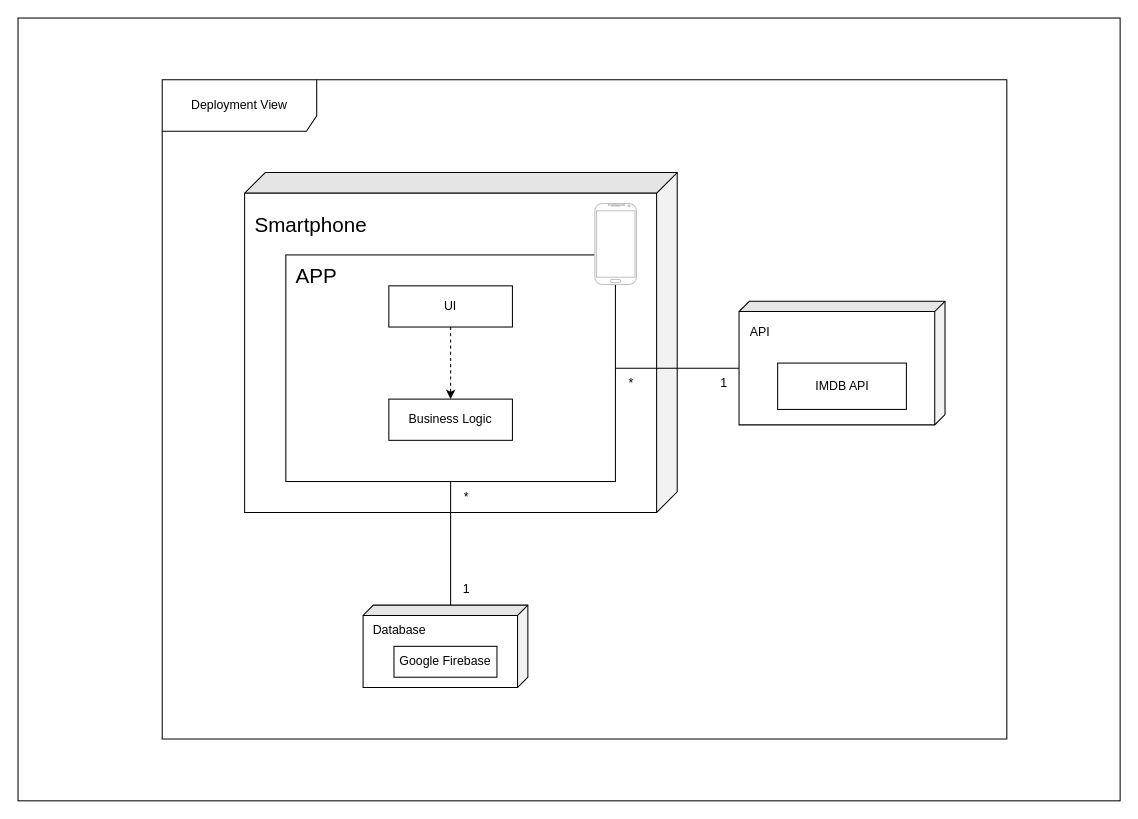
The draw.io diagram images/physical-arch.drawio in Minipoloalex/Pocket-Cinema, before the edit. Source tidied: cells renumbered, new cells numbered last; positions are measured from the earlier drawing's top-left corner, leaving out a move shared by most shapes. Both pictures are drawn from the tidied source at 103%, with x=0, y=0 at pixel (18, 18).
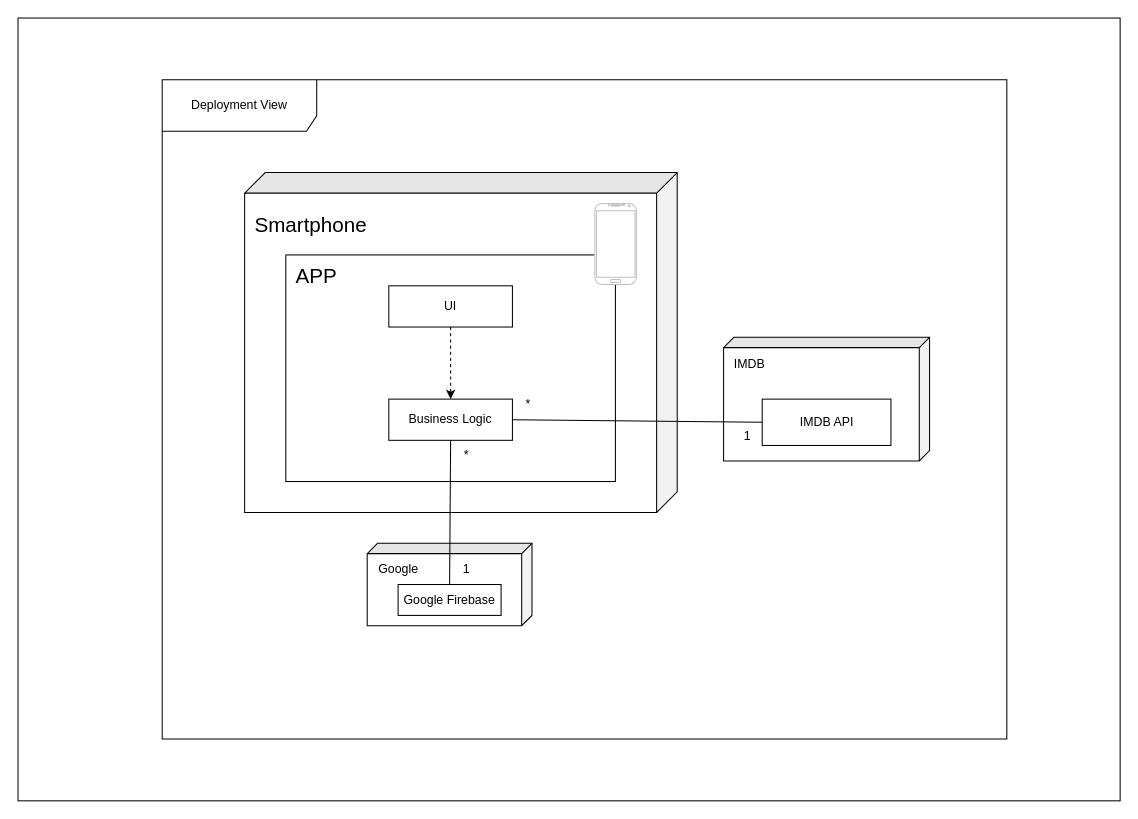
Above is the later version.

Commit message (it also covers changes not shown here):
Updated physical arch diagram

The change refers to these unchanged cells:
```xml
<mxCell id="3" style="group;" parent="1" vertex="1">
  <mxGeometry x="140" y="60" width="820" height="640" as="geometry" />
</mxCell>
<mxCell id="5" style="shape=cube;whiteSpace=wrap;html=1;boundedLbl=1;backgroundOutline=1;darkOpacity=0.05;darkOpacity2=0.1;direction=south;size=10;" parent="4" vertex="1">
  <mxGeometry width="160" height="80" as="geometry" />
</mxCell>
<mxCell id="7" value="Google Firebase" style="rounded=0;whiteSpace=wrap;html=1;" parent="4" vertex="1">
  <mxGeometry x="30" y="40" width="100" height="30" as="geometry" />
</mxCell>
<mxCell id="8" style="group;" parent="3" vertex="1">
  <mxGeometry x="80" y="90" width="420" height="330" as="geometry" />
</mxCell>
<mxCell id="10" style="group;" parent="8" vertex="1">
  <mxGeometry x="40" y="80" width="320" height="220" as="geometry" />
</mxCell>
<mxCell id="11" style="rounded=0;whiteSpace=wrap;html=1;" parent="10" vertex="1">
  <mxGeometry width="320" height="220" as="geometry" />
</mxCell>
<mxCell id="14" value="Business Logic" style="rounded=0;whiteSpace=wrap;html=1;" parent="10" vertex="1">
  <mxGeometry x="100" y="140" width="120" height="40" as="geometry" />
</mxCell>
```

What changed in the source:
```diff
@@
     <mxCell id="4" style="group;" parent="3" vertex="1">
-      <mxGeometry x="195" y="510" width="160" height="80" as="geometry" />
+      <mxGeometry x="199" y="450" width="160" height="80" as="geometry" />
     </mxCell>
@@
-    <mxCell id="6" value="Database" style="text;html=1;align=center;verticalAlign=middle;strokeColor=none;fillColor=none;" parent="4" vertex="1">
-      <mxGeometry y="10" width="70" height="30" as="geometry" />
+    <mxCell id="6" value="Google" style="text;html=1;align=center;verticalAlign=middle;strokeColor=none;fillColor=none;" parent="4" vertex="1">
+      <mxGeometry y="10" width="60" height="30" as="geometry" />
     </mxCell>
@@
+    <mxCell id="28" value="1" style="text;html=1;align=center;verticalAlign=middle;strokeColor=none;fillColor=none;" parent="4" vertex="1">
+      <mxGeometry x="81" y="10" width="30" height="30" as="geometry" />
+    </mxCell>
@@
+    <mxCell id="21" value="*" style="text;html=1;align=center;verticalAlign=middle;strokeColor=none;fillColor=none;" parent="10" vertex="1">
+      <mxGeometry x="220" y="130" width="30" height="30" as="geometry" />
+    </mxCell>
+    <mxCell id="20" value="*" style="text;html=1;align=center;verticalAlign=middle;strokeColor=none;fillColor=none;" parent="10" vertex="1">
+      <mxGeometry x="160" y="180" width="30" height="30" as="geometry" />
+    </mxCell>
@@
-    <mxCell id="20" value="*" style="text;html=1;align=center;verticalAlign=middle;strokeColor=none;fillColor=none;" parent="8" vertex="1">
-      <mxGeometry x="200" y="300" width="30" height="30" as="geometry" />
-    </mxCell>
-    <mxCell id="21" value="*" style="text;html=1;align=center;verticalAlign=middle;strokeColor=none;fillColor=none;" parent="8" vertex="1">
-      <mxGeometry x="360" y="190" width="30" height="30" as="geometry" />
-    </mxCell>
     <mxCell id="22" style="group;" parent="3" vertex="1">
-      <mxGeometry x="560" y="215" width="200" height="120" as="geometry" />
+      <mxGeometry x="560" y="260" width="200" height="120" as="geometry" />
     </mxCell>
+    <mxCell id="31" style="group;" parent="22" vertex="1">
+      <mxGeometry x="-15" y="-10" width="200" height="120" as="geometry" />
+    </mxCell>
-    <mxCell id="23" style="shape=cube;whiteSpace=wrap;html=1;boundedLbl=1;backgroundOutline=1;darkOpacity=0.05;darkOpacity2=0.1;direction=south;size=10;" parent="22" vertex="1">
+    <mxCell id="23" style="shape=cube;whiteSpace=wrap;html=1;boundedLbl=1;backgroundOutline=1;darkOpacity=0.05;darkOpacity2=0.1;direction=south;size=10;" parent="31" vertex="1">
       <mxGeometry width="200" height="120" as="geometry" />
     </mxCell>
+    <mxCell id="25" value="IMDB API" style="rounded=0;whiteSpace=wrap;html=1;" parent="31" vertex="1">
+      <mxGeometry x="37.5" y="60" width="125" height="45" as="geometry" />
+    </mxCell>
-    <mxCell id="24" value="API" style="text;html=1;align=center;verticalAlign=middle;strokeColor=none;fillColor=none;" parent="22" vertex="1">
-      <mxGeometry y="15" width="40" height="30" as="geometry" />
+    <mxCell id="24" value="IMDB" style="text;html=1;align=center;verticalAlign=middle;strokeColor=none;fillColor=none;" parent="31" vertex="1">
+      <mxGeometry y="11" width="50" height="30" as="geometry" />
     </mxCell>
-    <mxCell id="25" value="IMDB API" style="rounded=0;whiteSpace=wrap;html=1;" parent="22" vertex="1">
-      <mxGeometry x="37.5" y="60" width="125" height="45" as="geometry" />
-    </mxCell>
+    <mxCell id="29" value="1" style="text;html=1;align=center;verticalAlign=middle;strokeColor=none;fillColor=none;" parent="31" vertex="1">
+      <mxGeometry x="7.5" y="81" width="30" height="30" as="geometry" />
+    </mxCell>
-    <mxCell id="26" style="endArrow=none;html=1;rounded=0;exitX=1;exitY=0.5;exitDx=0;exitDy=0;entryX=0;entryY=0;entryDx=65;entryDy=200;entryPerimeter=0;" parent="3" edge="1" source="11" target="23">
+    <mxCell id="26" style="endArrow=none;html=1;rounded=0;exitX=1;exitY=0.5;exitDx=0;exitDy=0;entryX=0;entryY=0.5;entryDx=0;entryDy=0;" parent="3" edge="1" source="14" target="25">
       <mxGeometry relative="1" as="geometry" />
     </mxCell>
-    <mxCell id="27" style="endArrow=none;html=1;rounded=0;entryX=0.5;entryY=1;entryDx=0;entryDy=0;exitX=0;exitY=0;exitDx=0;exitDy=75;exitPerimeter=0;" parent="3" edge="1" source="5" target="11">
+    <mxCell id="27" style="endArrow=none;html=1;rounded=0;entryX=0.5;entryY=1;entryDx=0;entryDy=0;exitX=0.5;exitY=0;exitDx=0;exitDy=0;" parent="3" edge="1" source="7" target="14">
       <mxGeometry relative="1" as="geometry" />
     </mxCell>
-    <mxCell id="28" value="1" style="text;html=1;align=center;verticalAlign=middle;strokeColor=none;fillColor=none;" parent="3" vertex="1">
-      <mxGeometry x="280" y="480" width="30" height="30" as="geometry" />
-    </mxCell>
-    <mxCell id="29" value="1" style="text;html=1;align=center;verticalAlign=middle;strokeColor=none;fillColor=none;" parent="3" vertex="1">
-      <mxGeometry x="530" y="280" width="30" height="30" as="geometry" />
-    </mxCell>
```
